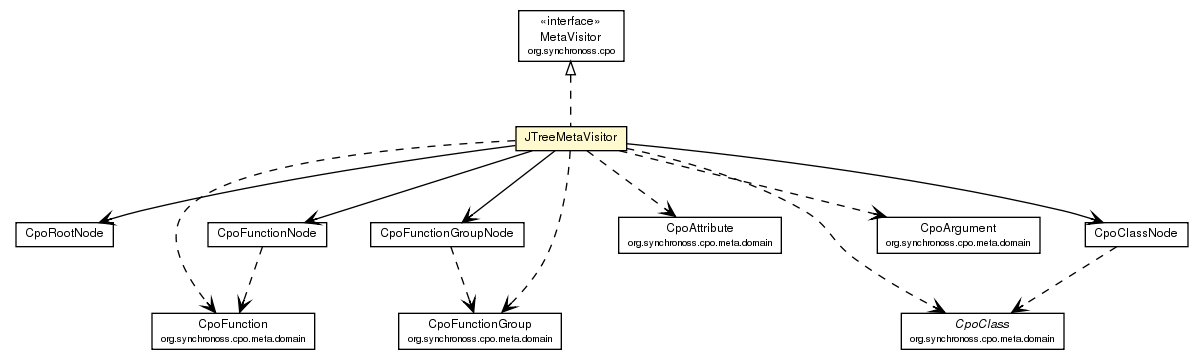
Earlier version of the Graphviz export site/apidocs/org/synchronoss/cpo/util/JTreeMetaVisitor.png (synchronoss/cpo-util). Its source is kept beside it as site/apidocs/org/synchronoss/cpo/util/JTreeMetaVisitor.dot.
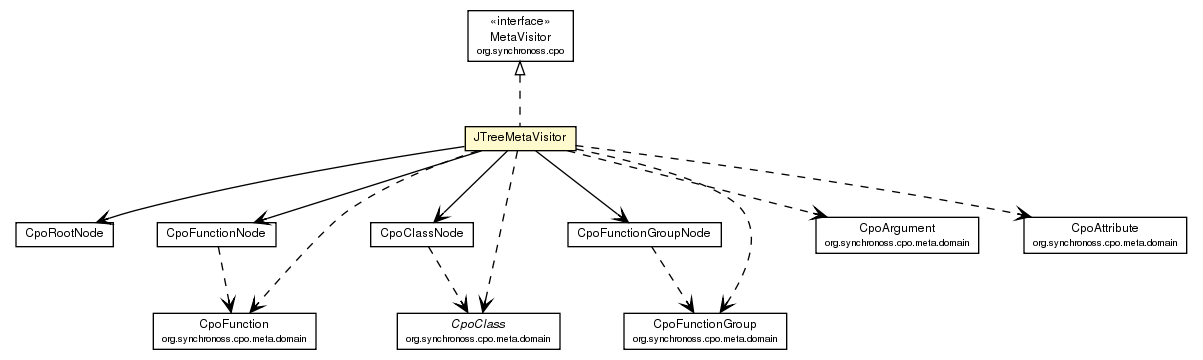
The same file after the commit.

What changed in the source:
```diff
@@ -32,15 +32,15 @@
 	c1707:p -> c1723:p [taillabel="", label="", headlabel="", fontname="Helvetica", fontcolor="black", fontsize=10.0, color="black", arrowhead=open];
 	c1707:p -> c1728:p [taillabel="", label="", headlabel="", fontname="Helvetica", fontcolor="black", fontsize=10.0, color="black", arrowhead=open];
 	c1707:p -> c1721:p [taillabel="", label="", headlabel="", fontname="Helvetica", fontcolor="black", fontsize=10.0, color="black", arrowhead=open];
-	c1707:p -> c1765:p [taillabel="", label="", headlabel="", fontname="Helvetica", fontcolor="black", fontsize=10.0, color="black", arrowhead=open, style=dashed];
 	c1707:p -> c1766:p [taillabel="", label="", headlabel="", fontname="Helvetica", fontcolor="black", fontsize=10.0, color="black", arrowhead=open, style=dashed];
+	c1707:p -> c1767:p [taillabel="", label="", headlabel="", fontname="Helvetica", fontcolor="black", fontsize=10.0, color="black", arrowhead=open, style=dashed];
 	c1707:p -> c1768:p [taillabel="", label="", headlabel="", fontname="Helvetica", fontcolor="black", fontsize=10.0, color="black", arrowhead=open, style=dashed];
 	c1707:p -> c1769:p [taillabel="", label="", headlabel="", fontname="Helvetica", fontcolor="black", fontsize=10.0, color="black", arrowhead=open, style=dashed];
 	c1707:p -> c1770:p [taillabel="", label="", headlabel="", fontname="Helvetica", fontcolor="black", fontsize=10.0, color="black", arrowhead=open, style=dashed];
-	c1721:p -> c1765:p [taillabel="", label="", headlabel="", fontname="Helvetica", fontcolor="black", fontsize=10.0, color="black", arrowhead=open, style=dashed];
-	c1723:p -> c1770:p [taillabel="", label="", headlabel="", fontname="Helvetica", fontcolor="black", fontsize=10.0, color="black", arrowhead=open, style=dashed];
-	c1728:p -> c1768:p [taillabel="", label="", headlabel="", fontname="Helvetica", fontcolor="black", fontsize=10.0, color="black", arrowhead=open, style=dashed];
-	c1770 [label=<<table border="0" cellborder="1" cellspacing="0" cellpadding="2" port="p" href="http://java.sun.com/j2se/1.4.2/docs/api/org/synchronoss/cpo/meta/domain/CpoClass.html">
+	c1721:p -> c1767:p [taillabel="", label="", headlabel="", fontname="Helvetica", fontcolor="black", fontsize=10.0, color="black", arrowhead=open, style=dashed];
+	c1723:p -> c1768:p [taillabel="", label="", headlabel="", fontname="Helvetica", fontcolor="black", fontsize=10.0, color="black", arrowhead=open, style=dashed];
+	c1728:p -> c1766:p [taillabel="", label="", headlabel="", fontname="Helvetica", fontcolor="black", fontsize=10.0, color="black", arrowhead=open, style=dashed];
+	c1768 [label=<<table border="0" cellborder="1" cellspacing="0" cellpadding="2" port="p" href="http://java.sun.com/j2se/1.4.2/docs/api/org/synchronoss/cpo/meta/domain/CpoClass.html">
 		<tr><td><table border="0" cellspacing="0" cellpadding="1">
 			<tr><td><font face="Helvetica-Oblique"> CpoClass </font></td></tr>
 			<tr><td><font point-size="7.0"> org.synchronoss.cpo.meta.domain </font></td></tr>
@@ -52,19 +52,19 @@
 			<tr><td><font point-size="7.0"> org.synchronoss.cpo.meta.domain </font></td></tr>
 		</table></td></tr>
 		</table>>, fontname="Helvetica", fontcolor="black", fontsize=9.0];
-	c1766 [label=<<table border="0" cellborder="1" cellspacing="0" cellpadding="2" port="p" href="http://java.sun.com/j2se/1.4.2/docs/api/org/synchronoss/cpo/meta/domain/CpoAttribute.html">
+	c1770 [label=<<table border="0" cellborder="1" cellspacing="0" cellpadding="2" port="p" href="http://java.sun.com/j2se/1.4.2/docs/api/org/synchronoss/cpo/meta/domain/CpoAttribute.html">
 		<tr><td><table border="0" cellspacing="0" cellpadding="1">
 			<tr><td> CpoAttribute </td></tr>
 			<tr><td><font point-size="7.0"> org.synchronoss.cpo.meta.domain </font></td></tr>
 		</table></td></tr>
 		</table>>, fontname="Helvetica", fontcolor="black", fontsize=9.0];
-	c1765 [label=<<table border="0" cellborder="1" cellspacing="0" cellpadding="2" port="p" href="http://java.sun.com/j2se/1.4.2/docs/api/org/synchronoss/cpo/meta/domain/CpoFunction.html">
+	c1767 [label=<<table border="0" cellborder="1" cellspacing="0" cellpadding="2" port="p" href="http://java.sun.com/j2se/1.4.2/docs/api/org/synchronoss/cpo/meta/domain/CpoFunction.html">
 		<tr><td><table border="0" cellspacing="0" cellpadding="1">
 			<tr><td> CpoFunction </td></tr>
 			<tr><td><font point-size="7.0"> org.synchronoss.cpo.meta.domain </font></td></tr>
 		</table></td></tr>
 		</table>>, fontname="Helvetica", fontcolor="black", fontsize=9.0];
-	c1768 [label=<<table border="0" cellborder="1" cellspacing="0" cellpadding="2" port="p" href="http://java.sun.com/j2se/1.4.2/docs/api/org/synchronoss/cpo/meta/domain/CpoFunctionGroup.html">
+	c1766 [label=<<table border="0" cellborder="1" cellspacing="0" cellpadding="2" port="p" href="http://java.sun.com/j2se/1.4.2/docs/api/org/synchronoss/cpo/meta/domain/CpoFunctionGroup.html">
 		<tr><td><table border="0" cellspacing="0" cellpadding="1">
 			<tr><td> CpoFunctionGroup </td></tr>
 			<tr><td><font point-size="7.0"> org.synchronoss.cpo.meta.domain </font></td></tr>
```
